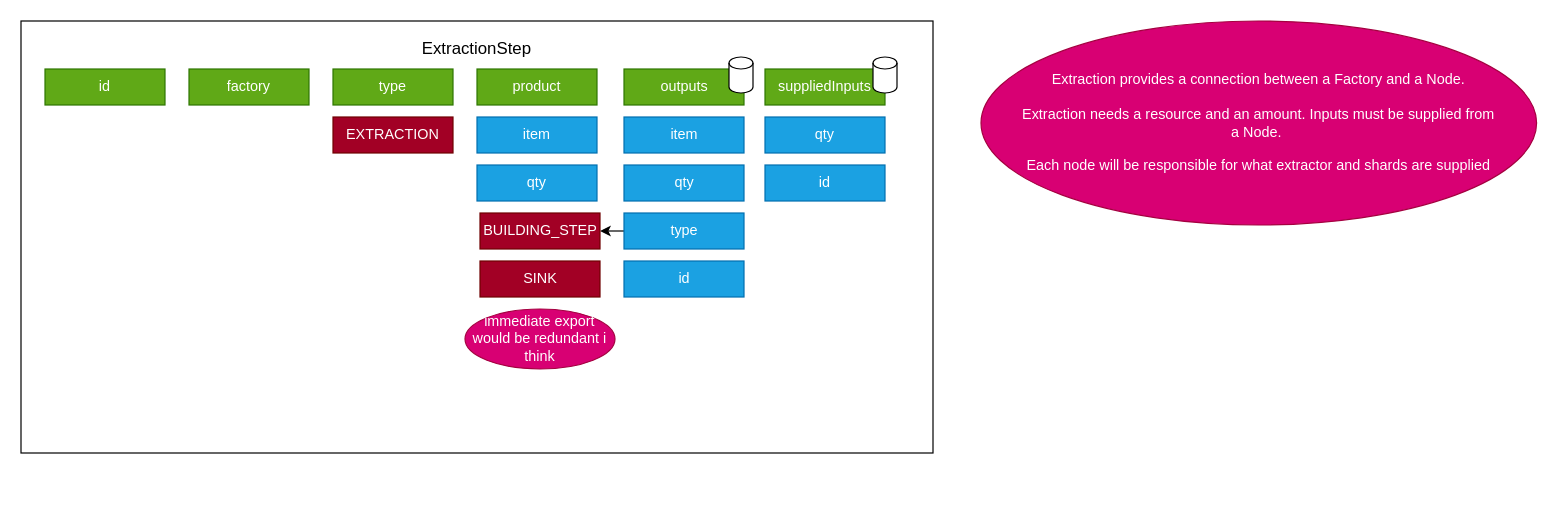
bradbrad88/satisfactory keeps this draw.io diagram as page "ExtractionStep" (10 of 14) of diagrams/wireframes.drawio. Above is the earlier version. Source tidied: cells renumbered, new cells numbered last; positions are measured from the earlier drawing's top-left corner, leaving out a move shared by most shapes. Both pictures are drawn from the tidied source at 120%, with x=0, y=0 at pixel (20, 20).
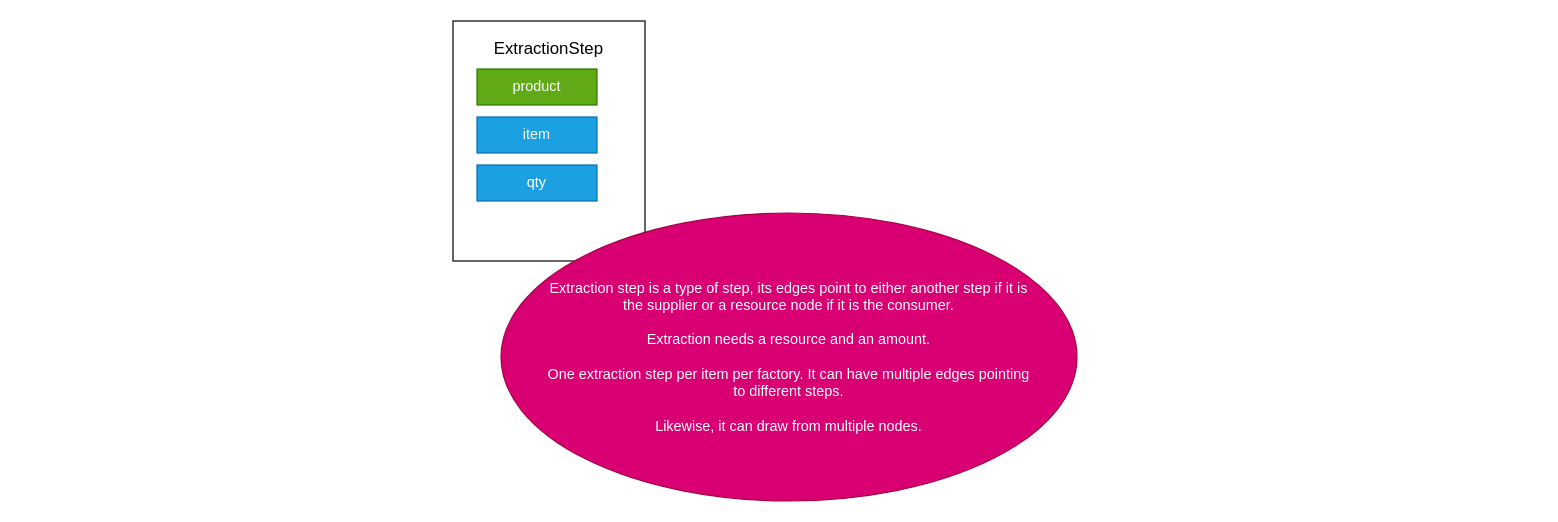
The same diagram, later.

Change to the diagram source:
```diff
@@
-    <mxCell id="2" value="Extraction provides a connection between a Factory and a Node.&lt;br&gt;&lt;br&gt;Extraction needs a resource and an amount. Inputs must be supplied from a Node.&amp;nbsp;&lt;br&gt;&lt;br&gt;Each node will be responsible for what extractor and shards are supplied" style="ellipse;whiteSpace=wrap;html=1;fontSize=12;fillColor=#d80073;fontColor=#ffffff;strokeColor=#A50040;spacing=35;" parent="1" vertex="1">
-      <mxGeometry x="800" width="463" height="170" as="geometry" />
-    </mxCell>
     <mxCell id="3" value="ExtractionStep" style="whiteSpace=wrap;html=1;verticalAlign=top;spacing=10;fontSize=14;" parent="1" vertex="1">
-      <mxGeometry width="760" height="360" as="geometry" />
+      <mxGeometry x="360" width="160" height="200" as="geometry" />
     </mxCell>
-    <mxCell id="4" value="factory" style="whiteSpace=wrap;html=1;fillColor=#60a917;fontColor=#ffffff;strokeColor=#2D7600;" parent="1" vertex="1">
-      <mxGeometry x="140" y="40" width="100" height="30" as="geometry" />
-    </mxCell>
-    <mxCell id="5" value="type" style="whiteSpace=wrap;html=1;fillColor=#60a917;fontColor=#ffffff;strokeColor=#2D7600;" parent="1" vertex="1">
-      <mxGeometry x="260" y="40" width="100" height="30" as="geometry" />
-    </mxCell>
-    <mxCell id="6" value="EXTRACTION" style="whiteSpace=wrap;html=1;fillColor=#a20025;fontColor=#ffffff;strokeColor=#6F0000;" parent="1" vertex="1">
-      <mxGeometry x="260" y="80" width="100" height="30" as="geometry" />
-    </mxCell>
@@
-    <mxCell id="10" value="outputs" style="whiteSpace=wrap;html=1;fillColor=#60a917;fontColor=#ffffff;strokeColor=#2D7600;" parent="1" vertex="1">
-      <mxGeometry x="502.5" y="40" width="100" height="30" as="geometry" />
-    </mxCell>
-    <mxCell id="11" value="item" style="whiteSpace=wrap;html=1;fillColor=#1ba1e2;fontColor=#ffffff;strokeColor=#006EAF;" parent="1" vertex="1">
-      <mxGeometry x="502.5" y="80" width="100" height="30" as="geometry" />
-    </mxCell>
-    <mxCell id="12" value="qty" style="whiteSpace=wrap;html=1;fillColor=#1ba1e2;fontColor=#ffffff;strokeColor=#006EAF;" parent="1" vertex="1">
-      <mxGeometry x="502.5" y="120" width="100" height="30" as="geometry" />
-    </mxCell>
-    <mxCell id="13" style="edgeStyle=none;html=1;entryX=1;entryY=0.5;entryDx=0;entryDy=0;fontSize=14;" parent="1" edge="1" source="14">
-      <mxGeometry relative="1" as="geometry">
-        <mxPoint x="482.5" y="175" as="targetPoint" />
-      </mxGeometry>
-    </mxCell>
-    <mxCell id="14" value="type" style="whiteSpace=wrap;html=1;fillColor=#1ba1e2;fontColor=#ffffff;strokeColor=#006EAF;" parent="1" vertex="1">
-      <mxGeometry x="502.5" y="160" width="100" height="30" as="geometry" />
-    </mxCell>
-    <mxCell id="15" value="BUILDING_STEP" style="whiteSpace=wrap;html=1;fillColor=#a20025;fontColor=#ffffff;strokeColor=#6F0000;" parent="1" vertex="1">
-      <mxGeometry x="382.5" y="160" width="100" height="30" as="geometry" />
-    </mxCell>
-    <mxCell id="16" value="SINK" style="whiteSpace=wrap;html=1;fillColor=#a20025;fontColor=#ffffff;strokeColor=#6F0000;" parent="1" vertex="1">
-      <mxGeometry x="382.5" y="200" width="100" height="30" as="geometry" />
-    </mxCell>
-    <mxCell id="17" value="id" style="whiteSpace=wrap;html=1;fillColor=#1ba1e2;fontColor=#ffffff;strokeColor=#006EAF;" parent="1" vertex="1">
-      <mxGeometry x="502.5" y="200" width="100" height="30" as="geometry" />
-    </mxCell>
-    <mxCell id="18" value="immediate export would be redundant i think" style="ellipse;whiteSpace=wrap;html=1;fontSize=12;fillColor=#d80073;fontColor=#ffffff;strokeColor=#A50040;" parent="1" vertex="1">
-      <mxGeometry x="370" y="240" width="125" height="50" as="geometry" />
-    </mxCell>
-    <mxCell id="19" value="suppliedInputs" style="whiteSpace=wrap;html=1;fillColor=#60a917;fontColor=#ffffff;strokeColor=#2D7600;" parent="1" vertex="1">
-      <mxGeometry x="620" y="40" width="100" height="30" as="geometry" />
-    </mxCell>
-    <mxCell id="20" value="qty" style="whiteSpace=wrap;html=1;fillColor=#1ba1e2;fontColor=#ffffff;strokeColor=#006EAF;" parent="1" vertex="1">
-      <mxGeometry x="620" y="80" width="100" height="30" as="geometry" />
-    </mxCell>
-    <mxCell id="21" value="id" style="whiteSpace=wrap;html=1;fillColor=#1ba1e2;fontColor=#ffffff;strokeColor=#006EAF;" parent="1" vertex="1">
-      <mxGeometry x="620" y="120" width="100" height="30" as="geometry" />
-    </mxCell>
-    <mxCell id="22" style="shape=cylinder3;whiteSpace=wrap;html=1;boundedLbl=1;backgroundOutline=1;size=5;" parent="1" vertex="1">
-      <mxGeometry x="710" y="30" width="20" height="30" as="geometry" />
-    </mxCell>
-    <mxCell id="23" style="shape=cylinder3;whiteSpace=wrap;html=1;boundedLbl=1;backgroundOutline=1;size=5;" parent="1" vertex="1">
-      <mxGeometry x="590" y="30" width="20" height="30" as="geometry" />
-    </mxCell>
-    <mxCell id="24" value="id" style="whiteSpace=wrap;html=1;fillColor=#60a917;fontColor=#ffffff;strokeColor=#2D7600;" parent="1" vertex="1">
-      <mxGeometry x="20" y="40" width="100" height="30" as="geometry" />
-    </mxCell>
+    <mxCell id="25" value="Extraction step is a type of step, its edges point to either another step if it is the supplier or a resource node if it is the consumer.&lt;br&gt;&lt;br&gt;Extraction needs a resource and an amount.&lt;br&gt;&lt;br&gt;One extraction step per item per factory. It can have multiple edges pointing to different steps.&lt;br&gt;&lt;br&gt;Likewise, it can draw from multiple nodes." style="ellipse;whiteSpace=wrap;html=1;fontSize=12;fillColor=#d80073;fontColor=#ffffff;strokeColor=#A50040;spacing=35;" parent="1" vertex="1">
+      <mxGeometry x="400" y="160" width="480" height="240" as="geometry" />
+    </mxCell>
```
